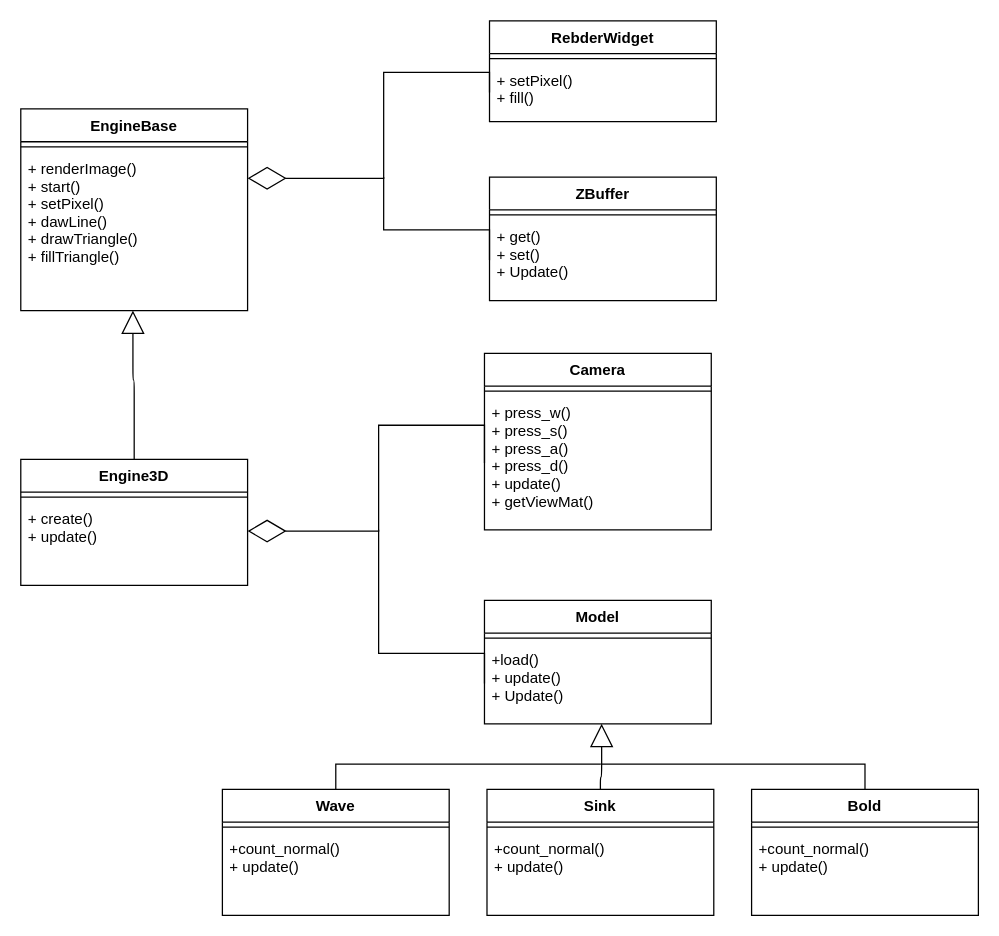
EmirShimshir/BMSTU_sem5_CG_CUR keeps this draw.io diagram as tex/inc/diagram.drawio. Above is the earlier version. Source tidied: cells renumbered, new cells numbered last; positions are measured from the earlier drawing's top-left corner, leaving out a move shared by most shapes. Both pictures are drawn from the tidied source at 126%, with x=0, y=0 at pixel (20, 20).
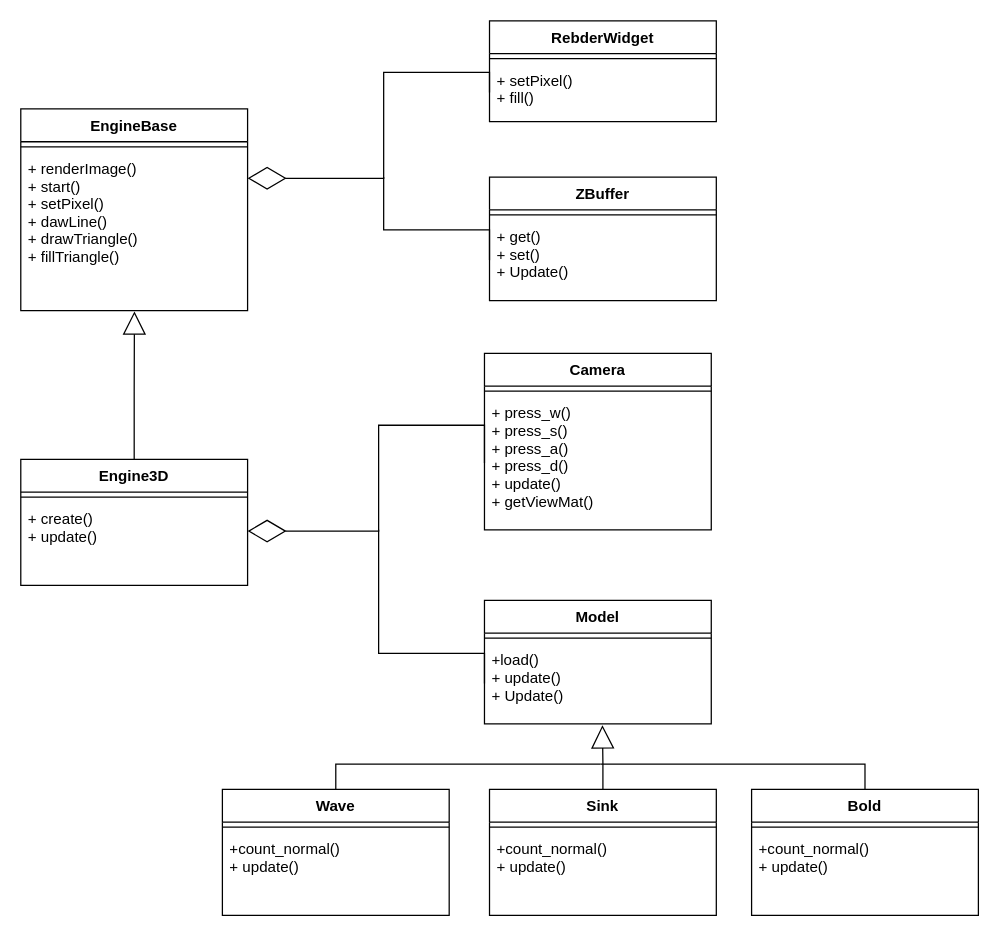
After the change.

Unchanged cells that the change refers to:
```xml
<mxCell id="4" value="+ renderImage()&#10;+ start()&#10;+ setPixel()&#10;+ dawLine()&#10;+ drawTriangle()&#10;+ fillTriangle()" style="text;strokeColor=none;fillColor=none;align=left;verticalAlign=top;spacingLeft=4;spacingRight=4;overflow=hidden;points=[[0,0.5],[1,0.5]];portConstraint=eastwest;" parent="2" vertex="1">
  <mxGeometry y="34" width="180" height="126" as="geometry" />
</mxCell>
<mxCell id="5" value="Engine3D" style="swimlane;fontStyle=1;align=center;verticalAlign=top;horizontal=1;startSize=26;" parent="1" vertex="1">
  <mxGeometry y="348" width="180" height="100" as="geometry" />
</mxCell>
<mxCell id="24" value="+load()&#10;+ update()&#10;+ Update()" style="text;strokeColor=none;fillColor=none;align=left;verticalAlign=top;spacingLeft=4;spacingRight=4;overflow=hidden;points=[[0,0.5],[1,0.5]];portConstraint=eastwest;" parent="21" vertex="1">
  <mxGeometry y="34" width="180" height="64" as="geometry" />
</mxCell>
```

What changed in the source:
```diff
@@
+    <mxCell id="37" style="edgeStyle=orthogonalEdgeStyle;rounded=0;jettySize=auto;html=1;exitX=0.5;exitY=0;exitDx=0;exitDy=0;entryX=0.501;entryY=1.005;entryDx=0;entryDy=0;entryPerimeter=0;endArrow=block;endFill=0;strokeWidth=1;endSize=16;" parent="1" edge="1" source="5" target="4">
+      <mxGeometry relative="1" as="geometry" />
+    </mxCell>
@@
-    <mxCell id="8" style="endArrow=block;endSize=16;endFill=0;html=1;edgeStyle=orthogonalEdgeStyle;entryX=0.5;entryY=1;entryDx=0;entryDy=0;entryPerimeter=0;exitX=0.5;exitY=0;exitDx=0;exitDy=0;" parent="1" edge="1" source="5">
-      <mxGeometry relative="1" as="geometry">
-        <mxPoint x="89" y="230" as="targetPoint" />
-        <Array as="points">
-          <mxPoint x="90" y="285" />
-          <mxPoint x="89" y="285" />
-        </Array>
-      </mxGeometry>
-    </mxCell>
@@
+    <mxCell id="38" style="edgeStyle=orthogonalEdgeStyle;rounded=0;jettySize=auto;html=1;exitX=0.5;exitY=0;exitDx=0;exitDy=0;entryX=0.52;entryY=1.016;entryDx=0;entryDy=0;entryPerimeter=0;endArrow=block;endFill=0;endSize=16;" parent="1" edge="1" source="25" target="24">
+      <mxGeometry relative="1" as="geometry" />
+    </mxCell>
     <mxCell id="25" value="Sink" style="swimlane;fontStyle=1;align=center;verticalAlign=top;horizontal=1;startSize=26;" parent="1" vertex="1">
-      <mxGeometry x="370" y="610" width="180" height="100" as="geometry" />
+      <mxGeometry x="372" y="610" width="180" height="100" as="geometry" />
     </mxCell>
@@
-    <mxCell id="28" style="endArrow=block;endSize=16;endFill=0;html=1;edgeStyle=orthogonalEdgeStyle;entryX=0.5;entryY=1;entryDx=0;entryDy=0;entryPerimeter=0;exitX=0.5;exitY=0;exitDx=0;exitDy=0;" parent="1" edge="1" source="25">
-      <mxGeometry relative="1" as="geometry">
-        <mxPoint x="461" y="558" as="targetPoint" />
-        <Array as="points">
-          <mxPoint x="461" y="600" />
-        </Array>
-      </mxGeometry>
-    </mxCell>
```
